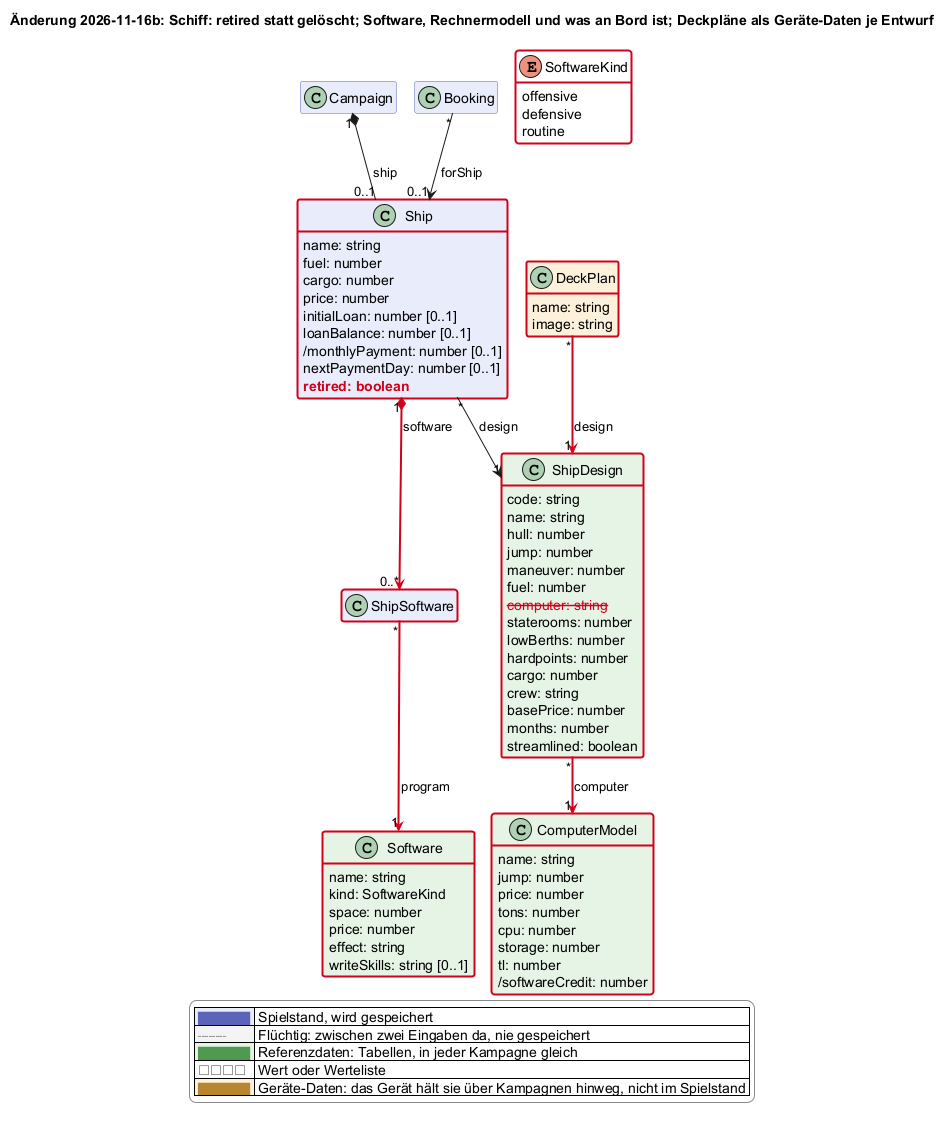
Before: docs/changes/2026-11-16b-schiff-retired-und-deckplaene.png, a diagram exported from PlantUML (scuzzar/SRE).
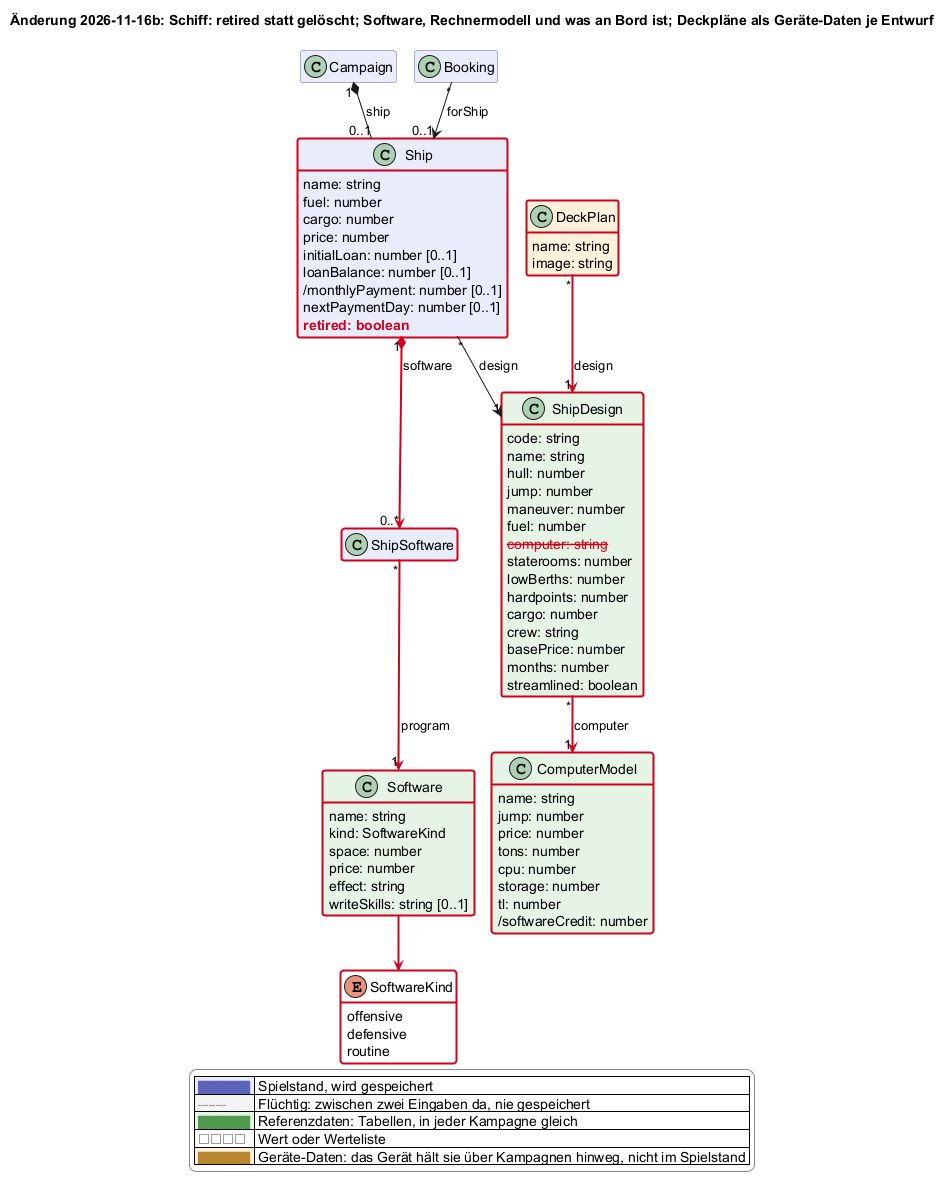
Later version of the same file.

Commit message:
SoftwareKind als Assoziation an der Software-Klasse (Aenderung 2026-11-16b)

Change to the diagram source:
```diff
@@ -142,6 +142,7 @@
 Ship "*" --> "1" ShipDesign : design
 Ship "1" *-$newArrow("2026-11-16b")-> "0..*" ShipSoftware : software
 ShipSoftware "*" -$newArrow("2026-11-16b")-> "1" Software : program
+Software -$newArrow("2026-11-16b")-> SoftwareKind
 ShipDesign "*" -$newArrow("2026-11-16b")-> "1" ComputerModel : computer
 Booking "*" --> "0..1" Ship : forShip
 DeckPlan "*" -$newArrow("2026-11-16b")-> "1" ShipDesign : design
```
